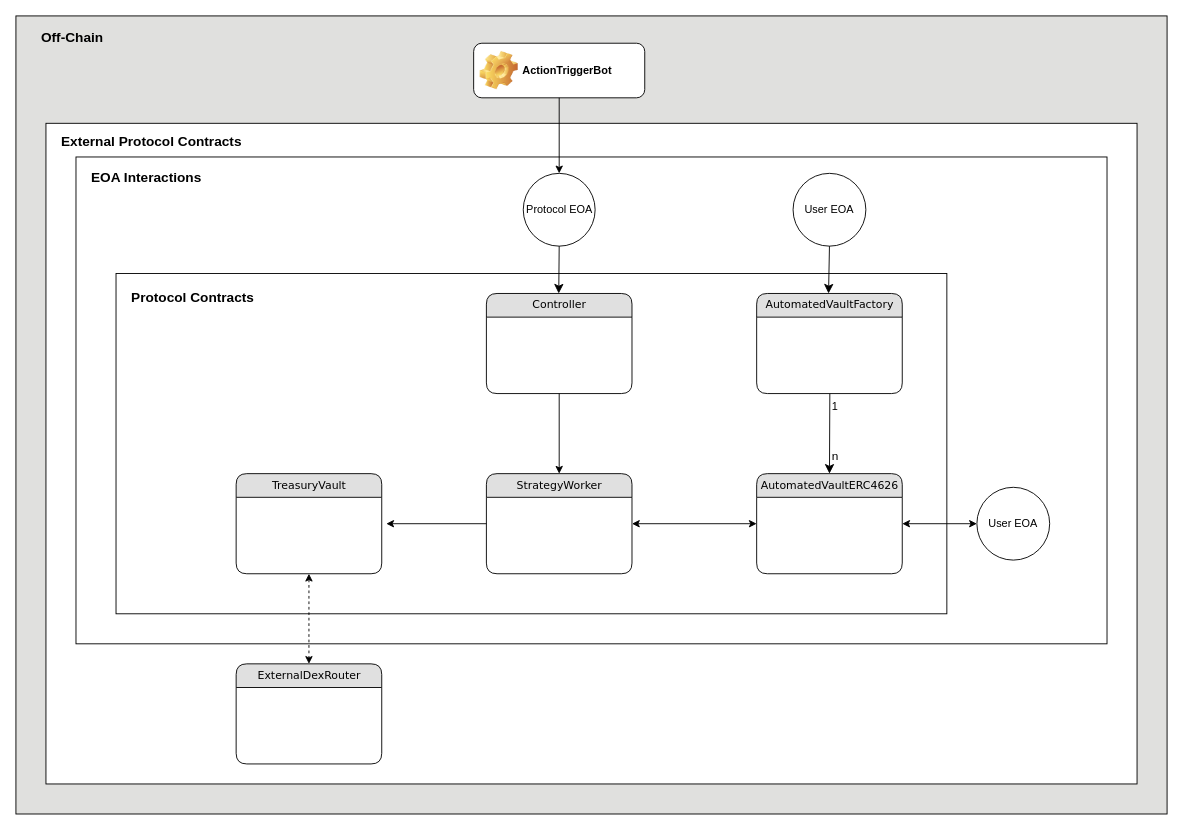
The draw.io diagram docs/architecture_diagram.drawio in adsvferreira/DCAStrategyVaults, before the edit. Source tidied: cells renumbered, new cells numbered last; positions are measured from the earlier drawing's top-left corner, leaving out a move shared by most shapes. Both pictures are drawn from the tidied source at 91%, with x=0, y=0 at pixel (15, 15).
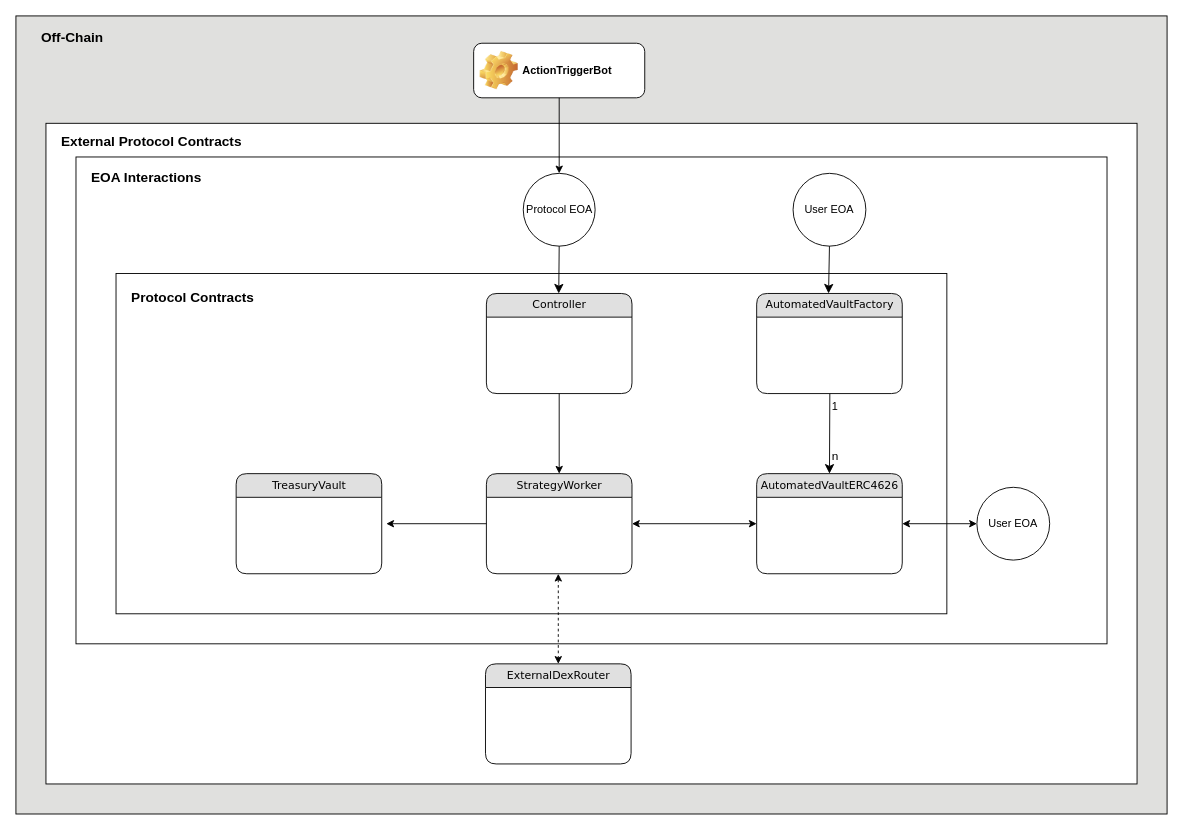
Above is the later version.

The change refers to these unchanged cells:
```xml
<mxCell id="18" value="TreasuryVault" style="swimlane;html=1;fontStyle=0;horizontal=1;startSize=26;fillColor=#e0e0e0;swimlaneFillColor=#ffffff;align=center;rounded=1;shadow=0;comic=0;labelBackgroundColor=none;strokeWidth=1;fontFamily=Verdana;fontSize=12;" parent="1" vertex="1">
  <mxGeometry x="242" y="503" width="160" height="110" as="geometry" />
</mxCell>
```

The edit, as a diff of the source:
```diff
@@
     <mxCell id="17" value="ExternalDexRouter" style="swimlane;html=1;fontStyle=0;horizontal=1;startSize=26;fillColor=#e0e0e0;swimlaneFillColor=#ffffff;align=center;rounded=1;shadow=0;comic=0;labelBackgroundColor=none;strokeWidth=1;fontFamily=Verdana;fontSize=12;" parent="1" vertex="1">
-      <mxGeometry x="242" y="712" width="160" height="110" as="geometry" />
+      <mxGeometry x="516" y="712" width="160" height="110" as="geometry" />
     </mxCell>
@@
-    <mxCell id="24" style="endArrow=classic;startArrow=classic;html=1;rounded=0;exitX=0.5;exitY=1;exitDx=0;exitDy=0;dashed=1;entryX=0.5;entryY=0;entryDx=0;entryDy=0;" parent="1" edge="1" source="18" target="17">
-      <mxGeometry relative="1" as="geometry" />
+    <mxCell id="24" style="endArrow=classic;startArrow=classic;html=1;rounded=0;exitX=0.5;exitY=1;exitDx=0;exitDy=0;dashed=1;entryX=0.5;entryY=0;entryDx=0;entryDy=0;" parent="1" edge="1" target="17">
+      <mxGeometry relative="1" as="geometry">
+        <mxPoint x="596" y="613" as="sourcePoint" />
+      </mxGeometry>
     </mxCell>
```
